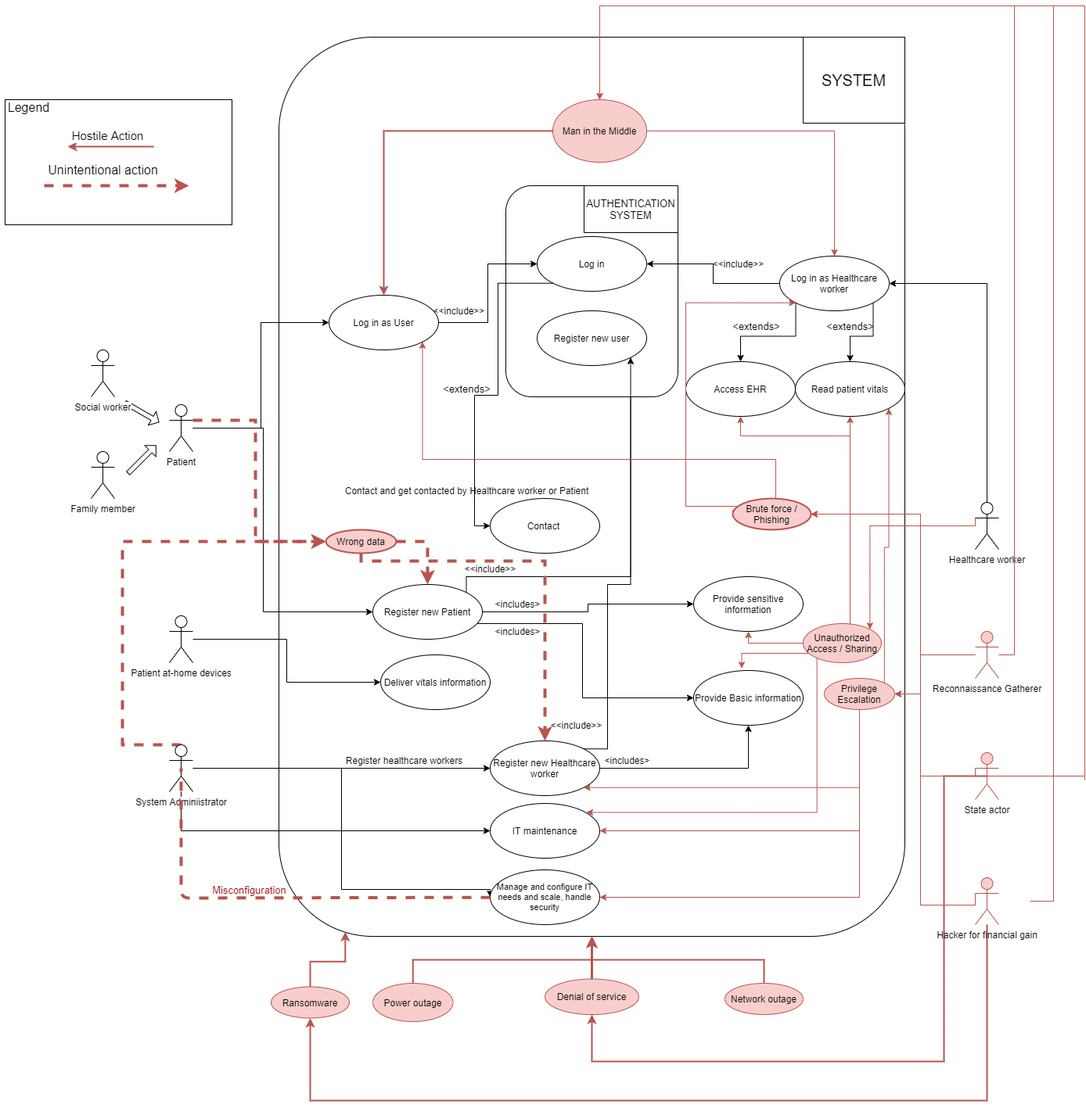
The draw.io diagram Task 1/source/images/04e_Abuse_Case_Diagram.drawio.png in SteinarVrenne/school_imt3501, before a commit. Source tidied: cells renumbered, new cells last; positions are measured from the earlier drawing's top-left corner, leaving out a move shared by most shapes.
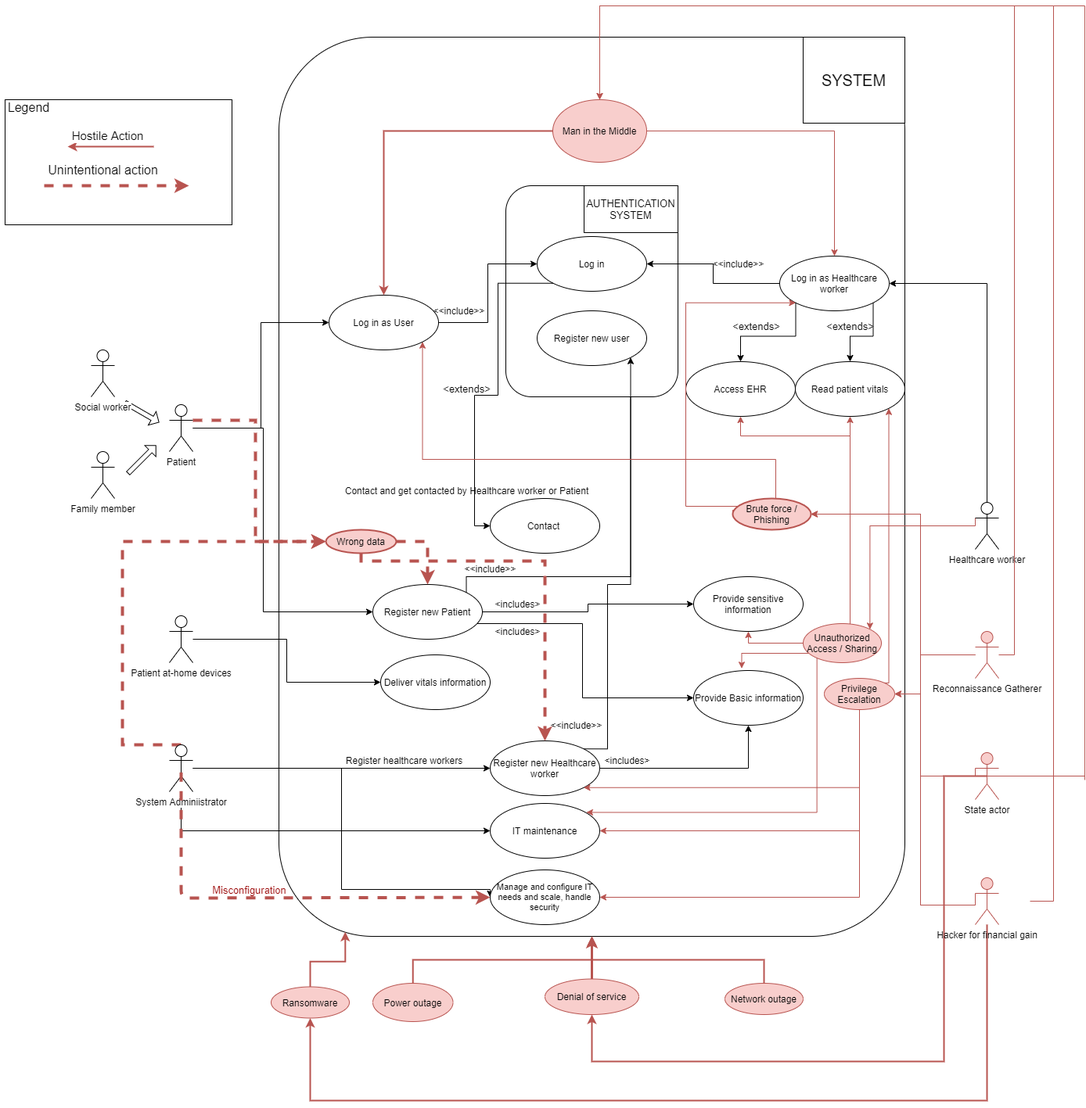
The same diagram one commit later.

Commit message:
Fixes to Abuse Case diagrams

Change to the diagram source:
```diff
@@ -450,7 +450,7 @@
     <mxCell id="98" value="Wrong data" style="strokeWidth=2;html=1;shape=mxgraph.flowchart.start_1;whiteSpace=wrap;fillColor=#f8cecc;strokeColor=#b85450;" parent="1" vertex="1">
       <mxGeometry x="415" y="670" width="90" height="30" as="geometry" />
     </mxCell>
-    <mxCell id="99" value="&lt;font style=&quot;font-size: 13px&quot; color=&quot;#990000&quot;&gt;Misconfiguration&lt;/font&gt;" style="endArrow=none;dashed=1;html=1;strokeWidth=4;entryX=0.5;entryY=0.5;entryDx=0;entryDy=0;entryPerimeter=0;fillColor=#f8cecc;strokeColor=#b85450;" parent="1" edge="1" source="42" target="27">
+    <mxCell id="99" value="&lt;font style=&quot;font-size: 13px&quot; color=&quot;#990000&quot;&gt;Misconfiguration&lt;/font&gt;" style="endArrow=none;dashed=1;html=1;strokeWidth=4;entryX=0.5;entryY=0.5;entryDx=0;entryDy=0;entryPerimeter=0;fillColor=#f8cecc;strokeColor=#b85450;endFill=0;startArrow=classic;startFill=1;" parent="1" edge="1" source="42" target="27">
       <mxGeometry x="0.1" y="-10" relative="1" as="geometry">
         <Array as="points">
           <mxPoint x="230" y="1141" />
@@ -515,7 +515,11 @@
       </mxGeometry>
     </mxCell>
     <mxCell id="113" style="edgeStyle=orthogonalEdgeStyle;rounded=0;jettySize=auto;html=1;exitX=1;exitY=0;exitDx=0;exitDy=0;entryX=1;entryY=1;entryDx=0;entryDy=0;fillColor=#f8cecc;strokeColor=#b85450;" parent="1" edge="1" source="114" target="37">
-      <mxGeometry relative="1" as="geometry" />
+      <mxGeometry relative="1" as="geometry">
+        <Array as="points">
+          <mxPoint x="1134" y="866" />
+        </Array>
+      </mxGeometry>
     </mxCell>
     <mxCell id="114" value="Privilege Escalation" style="ellipse;whiteSpace=wrap;html=1;fillColor=#f8cecc;strokeColor=#b85450;" parent="1" vertex="1">
       <mxGeometry x="1052" y="860" width="90" height="40" as="geometry" />
```
